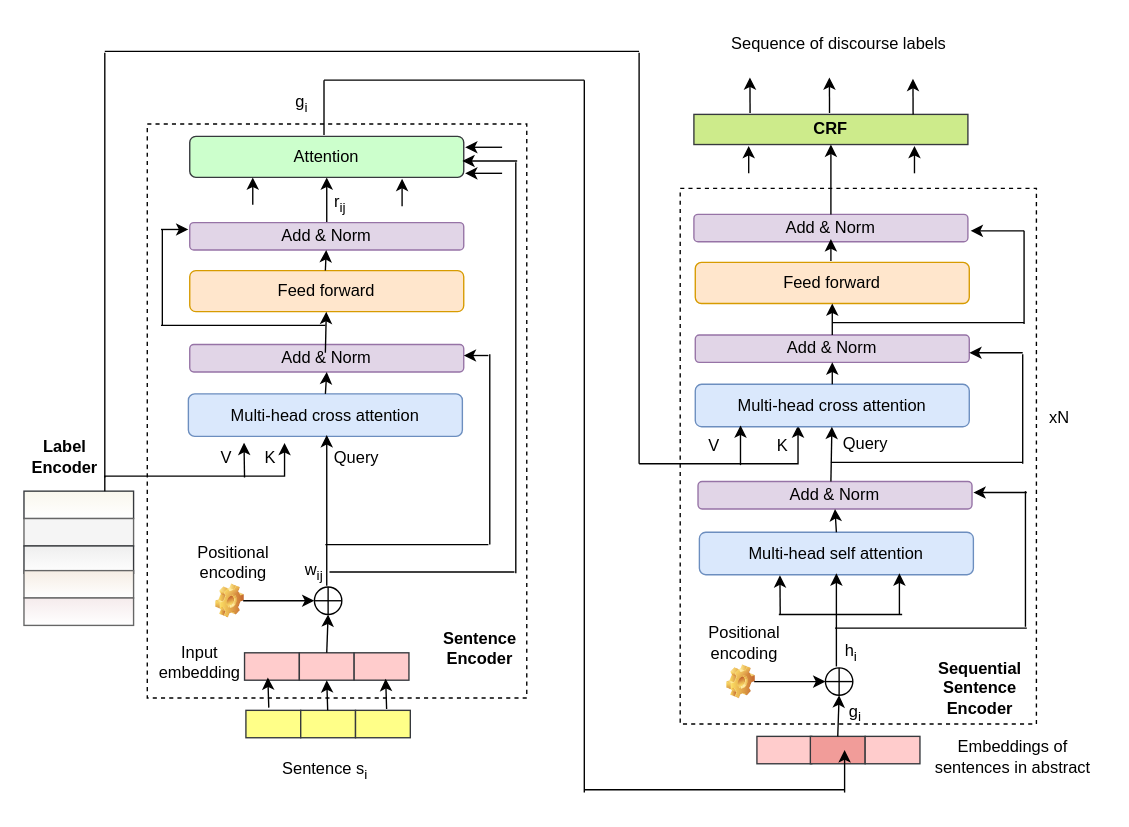
Before: liht.drawio in dksanyal/Abstract2StructuredAbstract, a draw.io diagram. Source tidied: cells renumbered, new cells numbered last; positions are measured from the earlier drawing's top-left corner, leaving out a move shared by most shapes. Both pictures are drawn from the tidied source at 137%, with x=0, y=0 at pixel (23, 23).
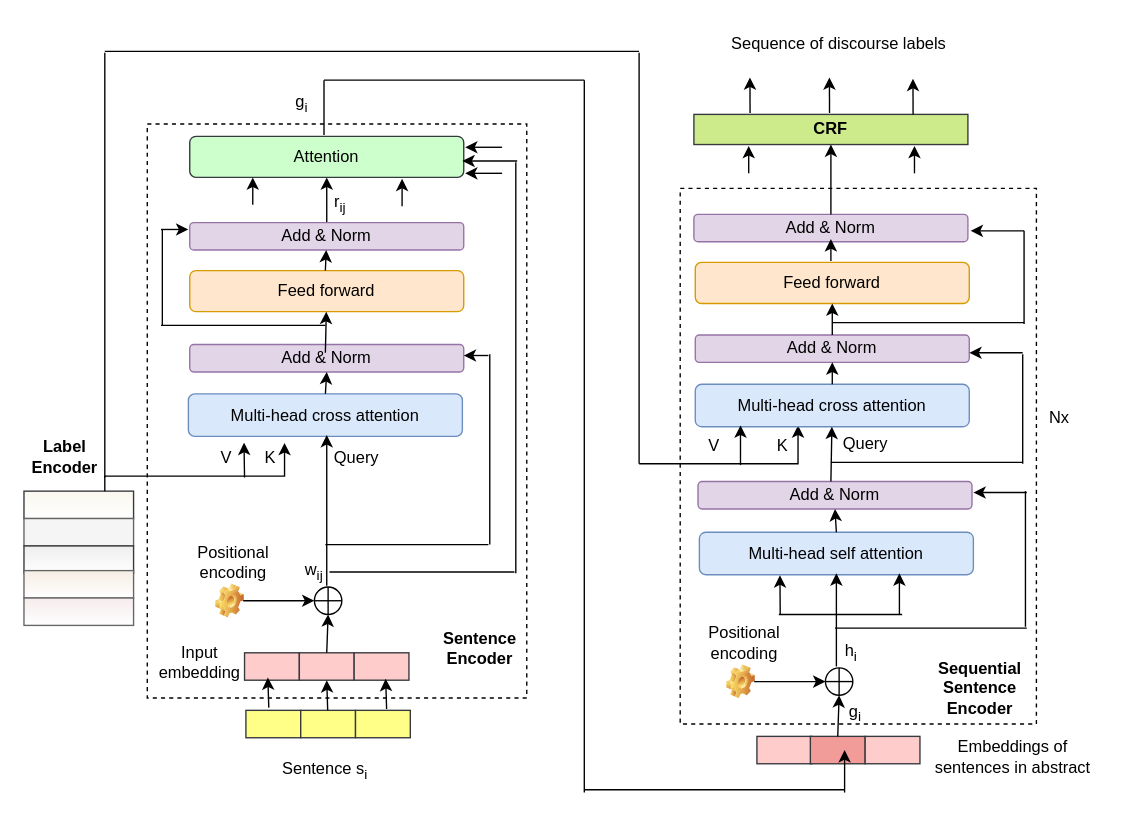
After the change.

The edit, as a diff of the source:
```diff
@@
-    <mxCell id="89" value="xN" style="text;html=1;strokeColor=none;fillColor=none;align=center;verticalAlign=middle;whiteSpace=wrap;rounded=0;dashed=1;" parent="1" vertex="1">
+    <mxCell id="89" value="Nx" style="text;html=1;strokeColor=none;fillColor=none;align=center;verticalAlign=middle;whiteSpace=wrap;rounded=0;dashed=1;" parent="1" vertex="1">
       <mxGeometry x="726" y="273" width="60" height="30" as="geometry" />
     </mxCell>
```
